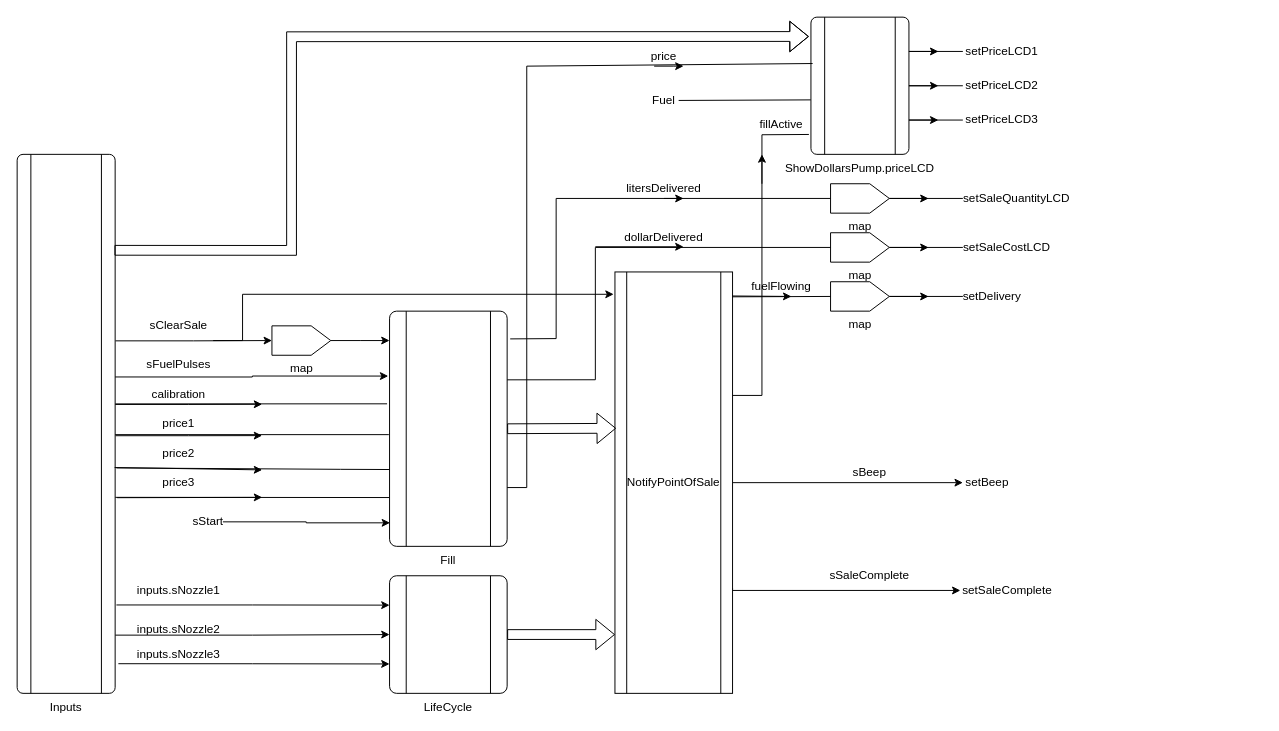
Before: ClearSalePump.drawio in suzuki-taro-29/FRP-chap4-diagrams, a draw.io diagram. Source tidied: cells renumbered, new cells numbered last; positions are measured from the earlier drawing's top-left corner, leaving out a move shared by most shapes. Both pictures are drawn from the tidied source at 98%, with x=0, y=0 at pixel (17, 17).
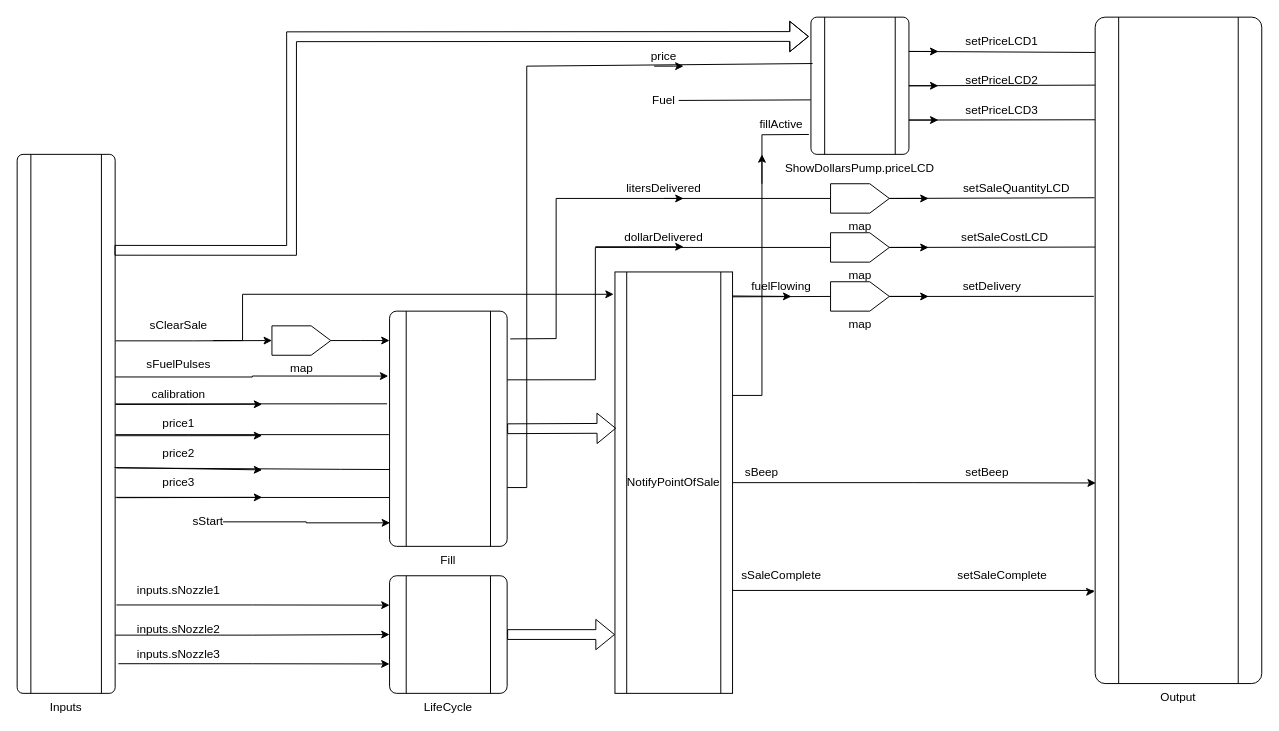
Above is the later version.

Commit message:
ClearSalePump.drawio を更新します

Unchanged cells that the change refers to:
```xml
<mxCell id="5" value="NotifyPointOfSale" style="shape=process;whiteSpace=wrap;html=1;backgroundOutline=1;" parent="1" vertex="1">
  <mxGeometry x="610" y="260" width="120" height="430" as="geometry" />
</mxCell>
<mxCell id="43" value="ShowDollarsPump.priceLCD" style="verticalLabelPosition=bottom;verticalAlign=top;html=1;shape=process;whiteSpace=wrap;rounded=1;size=0.14;arcSize=6;" parent="1" vertex="1">
  <mxGeometry x="810" width="100" height="140" as="geometry" />
</mxCell>
<mxCell id="45" value="map" style="verticalLabelPosition=bottom;verticalAlign=top;html=1;shape=offPageConnector;rounded=0;size=0.33333333333333526;direction=north;" parent="1" vertex="1">
  <mxGeometry x="830" y="270" width="60" height="30" as="geometry" />
</mxCell>
<mxCell id="51" value="map" style="verticalLabelPosition=bottom;verticalAlign=top;html=1;shape=offPageConnector;rounded=0;size=0.33333333333333526;direction=north;" parent="1" vertex="1">
  <mxGeometry x="830" y="220" width="60" height="30" as="geometry" />
</mxCell>
<mxCell id="53" value="map" style="verticalLabelPosition=bottom;verticalAlign=top;html=1;shape=offPageConnector;rounded=0;size=0.33333333333333526;direction=north;" parent="1" vertex="1">
  <mxGeometry x="830" y="170" width="60" height="30" as="geometry" />
</mxCell>
```

What changed in the source:
```diff
@@
-    <mxCell id="3" style="edgeStyle=orthogonalEdgeStyle;rounded=0;jettySize=auto;html=1;exitX=1;exitY=0.5;exitDx=0;exitDy=0;" parent="1" edge="1" source="5" target="41">
+    <mxCell id="3" style="edgeStyle=orthogonalEdgeStyle;rounded=0;jettySize=auto;html=1;exitX=1;exitY=0.5;exitDx=0;exitDy=0;entryX=0.004;entryY=0.699;entryDx=0;entryDy=0;entryPerimeter=0;" parent="1" edge="1" source="5" target="82">
       <mxGeometry relative="1" as="geometry" />
     </mxCell>
-    <mxCell id="4" style="edgeStyle=orthogonalEdgeStyle;rounded=0;jettySize=auto;html=1;exitX=1;exitY=0.75;exitDx=0;exitDy=0;entryX=0;entryY=0.5;entryDx=0;entryDy=0;" parent="1" edge="1" source="5" target="42">
+    <mxCell id="4" style="edgeStyle=orthogonalEdgeStyle;rounded=0;jettySize=auto;html=1;exitX=1;exitY=0.75;exitDx=0;exitDy=0;entryX=-0.004;entryY=0.862;entryDx=0;entryDy=0;entryPerimeter=0;" parent="1" edge="1" source="5" target="82">
       <mxGeometry relative="1" as="geometry">
         <Array as="points">
           <mxPoint x="730" y="585" />
+          <mxPoint x="1098" y="585" />
+          <mxPoint x="1098" y="586" />
         </Array>
       </mxGeometry>
     </mxCell>
@@
     <mxCell id="35" value="setDelivery" style="text;html=1;align=center;verticalAlign=middle;whiteSpace=wrap;rounded=0;" parent="1" vertex="1">
-      <mxGeometry x="965" y="270" width="60" height="30" as="geometry" />
+      <mxGeometry x="965" y="260" width="60" height="30" as="geometry" />
     </mxCell>
     <mxCell id="36" value="setSaleCostLCD" style="text;html=1;align=center;verticalAlign=middle;whiteSpace=wrap;rounded=0;" parent="1" vertex="1">
-      <mxGeometry x="965" y="220" width="90" height="30" as="geometry" />
+      <mxGeometry x="962.5" y="210" width="90" height="30" as="geometry" />
     </mxCell>
     <mxCell id="37" value="setSaleQuantityLCD" style="text;html=1;align=center;verticalAlign=middle;whiteSpace=wrap;rounded=0;" parent="1" vertex="1">
-      <mxGeometry x="965" y="170" width="110" height="30" as="geometry" />
+      <mxGeometry x="965" y="160" width="110" height="30" as="geometry" />
     </mxCell>
     <mxCell id="38" value="setPriceLCD1" style="text;html=1;align=center;verticalAlign=middle;whiteSpace=wrap;rounded=0;" parent="1" vertex="1">
-      <mxGeometry x="965" y="20" width="80" height="30" as="geometry" />
+      <mxGeometry x="965" y="10" width="80" height="30" as="geometry" />
     </mxCell>
     <mxCell id="39" value="setPriceLCD2" style="text;html=1;align=center;verticalAlign=middle;whiteSpace=wrap;rounded=0;" parent="1" vertex="1">
-      <mxGeometry x="965" y="55" width="80" height="30" as="geometry" />
+      <mxGeometry x="965" y="50" width="80" height="30" as="geometry" />
     </mxCell>
     <mxCell id="40" value="setPriceLCD3" style="text;html=1;align=center;verticalAlign=middle;whiteSpace=wrap;rounded=0;" parent="1" vertex="1">
-      <mxGeometry x="965" y="90" width="80" height="30" as="geometry" />
+      <mxGeometry x="965" y="80" width="80" height="30" as="geometry" />
     </mxCell>
     <mxCell id="41" value="setBeep" style="text;html=1;align=center;verticalAlign=middle;whiteSpace=wrap;rounded=0;" parent="1" vertex="1">
-      <mxGeometry x="965" y="460" width="50" height="30" as="geometry" />
+      <mxGeometry x="965" y="450" width="50" height="30" as="geometry" />
     </mxCell>
     <mxCell id="42" value="setSaleComplete" style="text;html=1;align=center;verticalAlign=middle;whiteSpace=wrap;rounded=0;" parent="1" vertex="1">
-      <mxGeometry x="962.5" y="570" width="95" height="30" as="geometry" />
+      <mxGeometry x="957.5" y="555" width="95" height="30" as="geometry" />
     </mxCell>
@@
-    <mxCell id="46" style="endArrow=none;html=1;rounded=0;entryX=0.5;entryY=1;entryDx=0;entryDy=0;exitX=0;exitY=0.5;exitDx=0;exitDy=0;" parent="1" edge="1" source="35" target="45">
+    <mxCell id="46" style="endArrow=none;html=1;rounded=0;entryX=0.5;entryY=1;entryDx=0;entryDy=0;exitX=-0.008;exitY=0.419;exitDx=0;exitDy=0;exitPerimeter=0;" parent="1" edge="1" source="82" target="45">
       <mxGeometry relative="1" as="geometry" />
     </mxCell>
@@
-    <mxCell id="52" style="endArrow=none;html=1;rounded=0;entryX=0.5;entryY=1;entryDx=0;entryDy=0;exitX=0;exitY=0.5;exitDx=0;exitDy=0;" parent="1" edge="1" source="36" target="51">
+    <mxCell id="52" style="endArrow=none;html=1;rounded=0;entryX=0.5;entryY=1;entryDx=0;entryDy=0;exitX=0;exitY=0.345;exitDx=0;exitDy=0;exitPerimeter=0;" parent="1" edge="1" source="82" target="51">
       <mxGeometry relative="1" as="geometry" />
     </mxCell>
@@
-    <mxCell id="54" style="endArrow=none;html=1;rounded=0;exitX=0;exitY=0.5;exitDx=0;exitDy=0;entryX=0.5;entryY=1;entryDx=0;entryDy=0;" parent="1" edge="1" source="37" target="53">
+    <mxCell id="54" style="endArrow=none;html=1;rounded=0;exitX=-0.004;exitY=0.271;exitDx=0;exitDy=0;entryX=0.5;entryY=1;entryDx=0;entryDy=0;exitPerimeter=0;" parent="1" edge="1" source="82" target="53">
       <mxGeometry relative="1" as="geometry" />
     </mxCell>
@@
     <mxCell id="56" value="sBeep" style="text;html=1;align=center;verticalAlign=middle;whiteSpace=wrap;rounded=0;" parent="1" vertex="1">
-      <mxGeometry x="840" y="450" width="60" height="30" as="geometry" />
+      <mxGeometry x="730" y="450" width="60" height="30" as="geometry" />
     </mxCell>
     <mxCell id="57" value="sSaleComplete" style="text;html=1;align=center;verticalAlign=middle;whiteSpace=wrap;rounded=0;" parent="1" vertex="1">
-      <mxGeometry x="840" y="555" width="60" height="30" as="geometry" />
+      <mxGeometry x="750" y="555" width="60" height="30" as="geometry" />
     </mxCell>
@@
-    <mxCell id="70" style="endArrow=none;html=1;rounded=0;entryX=0;entryY=0.5;entryDx=0;entryDy=0;exitX=1;exitY=0.5;exitDx=0;exitDy=0;" parent="1" edge="1" source="43" target="39">
+    <mxCell id="70" style="endArrow=none;html=1;rounded=0;entryX=0.004;entryY=0.102;entryDx=0;entryDy=0;exitX=1;exitY=0.5;exitDx=0;exitDy=0;entryPerimeter=0;" parent="1" edge="1" source="43" target="82">
       <mxGeometry relative="1" as="geometry" />
     </mxCell>
@@
-    <mxCell id="75" style="endArrow=none;html=1;rounded=0;entryX=0;entryY=0.5;entryDx=0;entryDy=0;exitX=1;exitY=0.75;exitDx=0;exitDy=0;" parent="1" edge="1" source="43" target="40">
+    <mxCell id="75" style="endArrow=none;html=1;rounded=0;entryX=0;entryY=0.154;entryDx=0;entryDy=0;exitX=1;exitY=0.75;exitDx=0;exitDy=0;entryPerimeter=0;" parent="1" edge="1" source="43" target="82">
       <mxGeometry relative="1" as="geometry" />
     </mxCell>
-    <mxCell id="76" style="endArrow=none;html=1;rounded=0;entryX=0;entryY=0.5;entryDx=0;entryDy=0;exitX=1;exitY=0.25;exitDx=0;exitDy=0;" parent="1" edge="1" source="43" target="38">
+    <mxCell id="76" style="endArrow=none;html=1;rounded=0;entryX=0.004;entryY=0.053;entryDx=0;entryDy=0;exitX=1;exitY=0.25;exitDx=0;exitDy=0;entryPerimeter=0;" parent="1" edge="1" source="43" target="82">
       <mxGeometry relative="1" as="geometry" />
     </mxCell>
@@
+    <mxCell id="82" value="Output" style="verticalLabelPosition=bottom;verticalAlign=top;html=1;shape=process;whiteSpace=wrap;rounded=1;size=0.14;arcSize=6;" parent="1" vertex="1">
+      <mxGeometry x="1100" width="170" height="680" as="geometry" />
+    </mxCell>
```
